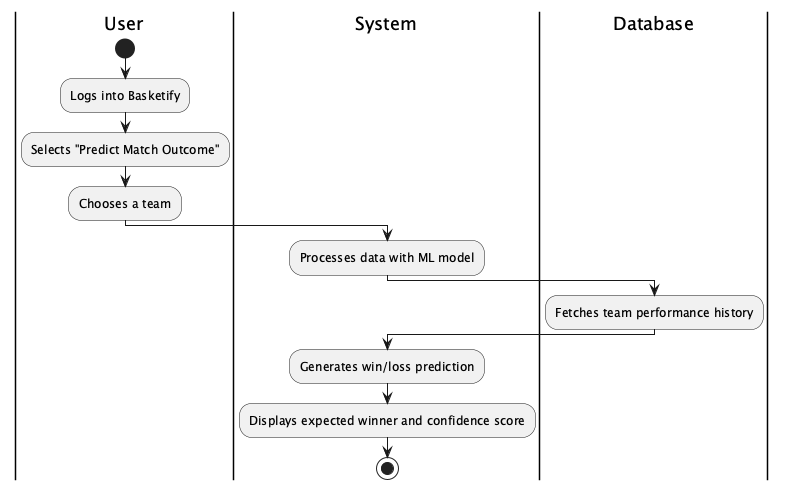
This is out/diagrams/Activity/activity/WinLossPrediction.png from arongu321/Basketify_SBX, a PlantUML export, as it was before one commit. Source of this version:
```plantuml
@startuml WinLossPrediction
|User|
start
:Logs into Basketify;
:Selects "Predict Match Outcome";
:Chooses a team;

|System|
:Processes data with ML model;
|Database|
:Fetches team performance history;

|System|
:Generates win/loss prediction;
:Displays expected winner and confidence score;
stop
@enduml
```
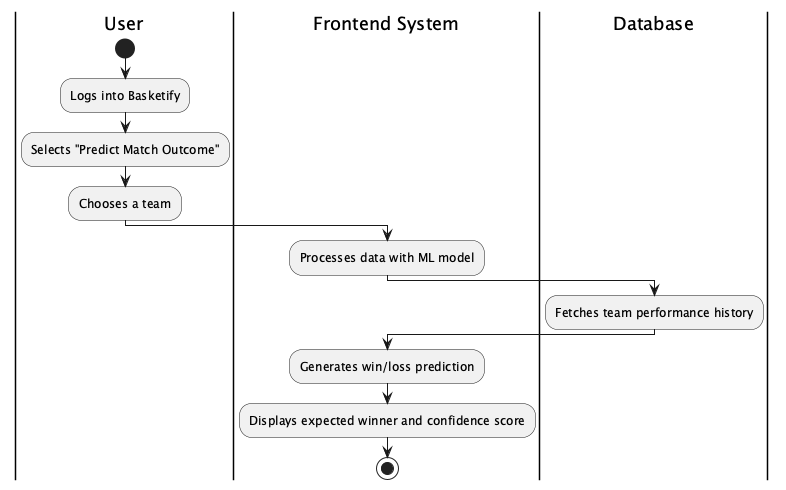
The same diagram one commit later.

Change to the diagram source:
```diff
@@ -5,12 +5,12 @@
 :Selects "Predict Match Outcome";
 :Chooses a team;
 
-|System|
+|Frontend System|
 :Processes data with ML model;
 |Database|
 :Fetches team performance history;
 
-|System|
+|Frontend System|
 :Generates win/loss prediction;
 :Displays expected winner and confidence score;
 stop
```
